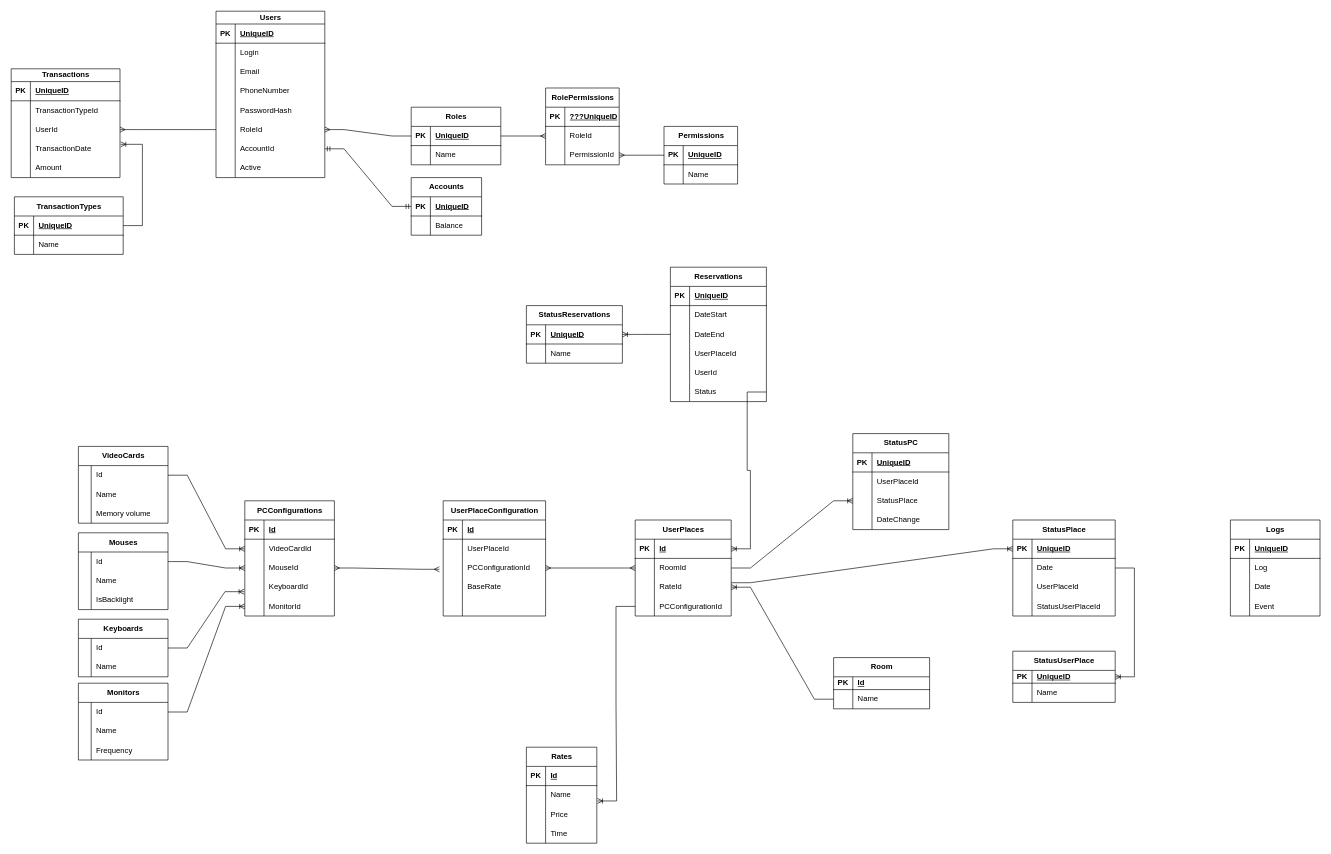
The draw.io diagram ER night-meerkats.drawio in IIeasyII/night-meerkats, before the edit. Source tidied: cells renumbered, new cells numbered last; positions are measured from the earlier drawing's top-left corner, leaving out a move shared by most shapes. Both pictures are drawn from the tidied source at 64%, with x=0, y=0 at pixel (11, 11).
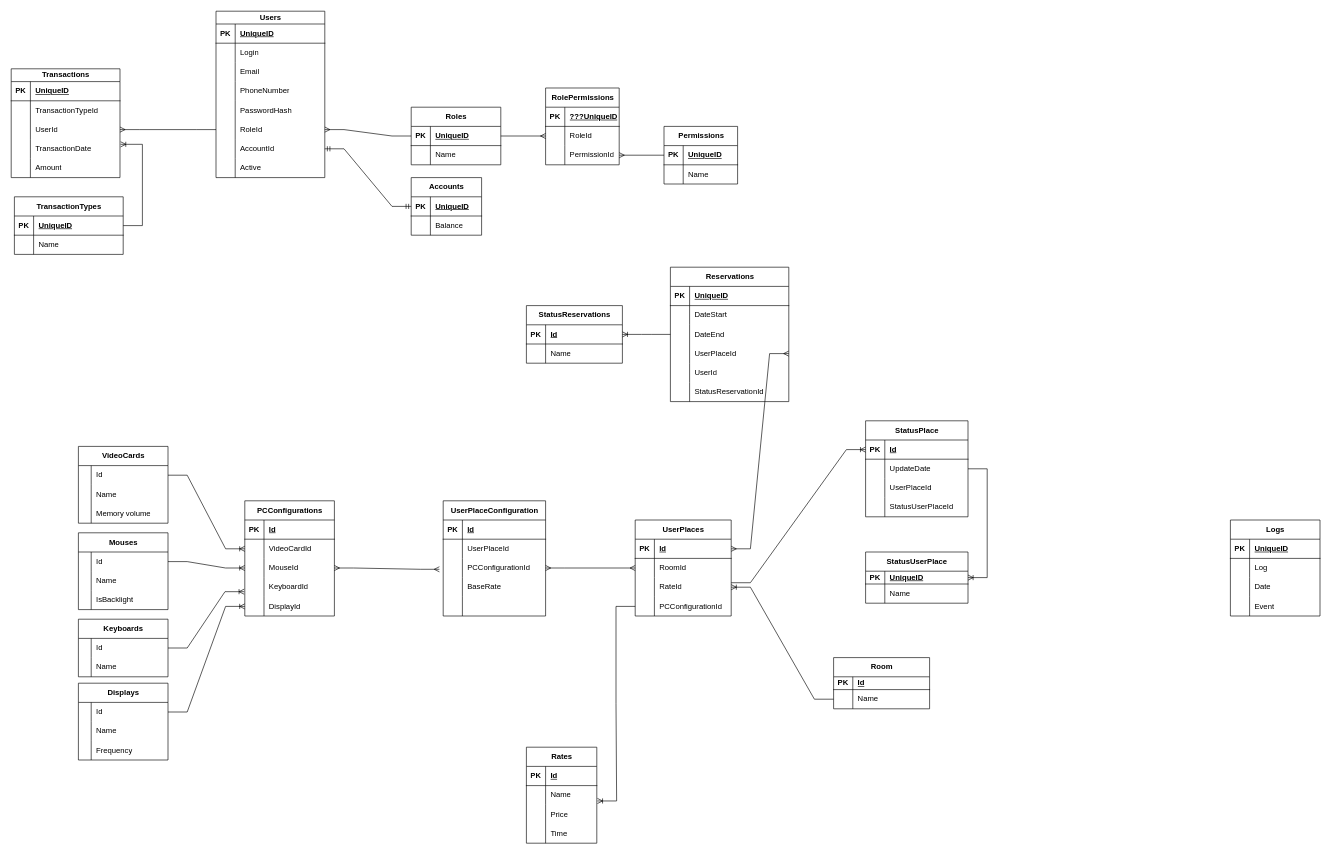
Above is the later version.

Unchanged cells that the change refers to:
```xml
<mxCell id="61" style="shape=tableRow;horizontal=0;startSize=0;swimlaneHead=0;swimlaneBody=0;fillColor=none;points=[[0,0.5],[1,0.5]];portConstraint=eastwest;top=0;left=0;right=0;bottom=0;" parent="48" vertex="1">
  <mxGeometry y="150" width="140" height="30" as="geometry" />
</mxCell>
<mxCell id="85" style="shape=tableRow;horizontal=0;startSize=0;swimlaneHead=0;swimlaneBody=0;fillColor=none;points=[[0,0.5],[1,0.5]];portConstraint=eastwest;top=0;left=0;right=0;bottom=1;" parent="84" vertex="1">
  <mxGeometry y="30" width="150" height="30" as="geometry" />
</mxCell>
<mxCell id="88" style="shape=tableRow;horizontal=0;startSize=0;swimlaneHead=0;swimlaneBody=0;fillColor=none;points=[[0,0.5],[1,0.5]];portConstraint=eastwest;top=0;left=0;right=0;bottom=0;" parent="84" vertex="1">
  <mxGeometry y="60" width="150" height="30" as="geometry" />
</mxCell>
<mxCell id="98" style="shape=tableRow;horizontal=0;startSize=0;swimlaneHead=0;swimlaneBody=0;fillColor=none;points=[[0,0.5],[1,0.5]];portConstraint=eastwest;top=0;left=0;right=0;bottom=1;" parent="97" vertex="1">
  <mxGeometry y="30" width="160" height="30" as="geometry" />
</mxCell>
<mxCell id="101" style="shape=tableRow;horizontal=0;startSize=0;swimlaneHead=0;swimlaneBody=0;fillColor=none;top=0;left=0;right=0;bottom=0;" parent="97" vertex="1">
  <mxGeometry y="60" width="160" height="30" as="geometry" />
</mxCell>
<mxCell id="163" style="shape=tableRow;horizontal=0;startSize=0;swimlaneHead=0;swimlaneBody=0;fillColor=none;top=0;left=0;right=0;bottom=1;" parent="162" vertex="1">
  <mxGeometry y="30" width="150" height="30" as="geometry" />
</mxCell>
```

Diff of the diagram source:
```diff
@@
-    <mxCell id="63" value="MonitorId" style="shape=partialRectangle;fillColor=none;top=0;left=0;bottom=0;right=0;align=left;spacingLeft=6;overflow=hidden;whiteSpace=wrap;html=1;" parent="61" vertex="1">
+    <mxCell id="63" value="DisplayId" style="shape=partialRectangle;fillColor=none;top=0;left=0;bottom=0;right=0;align=left;spacingLeft=6;overflow=hidden;whiteSpace=wrap;html=1;" parent="61" vertex="1">
       <mxGeometry x="30" width="110" height="30" as="geometry" />
     </mxCell>
@@
     <mxCell id="97" value="StatusPlace" style="shape=table;startSize=30;childLayout=tableLayout;rowLines=0;fontStyle=1;align=center;html=1;" parent="1" vertex="1">
-      <mxGeometry x="1565" y="795" width="160" height="150" as="geometry" />
+      <mxGeometry x="1335" y="640" width="160" height="150" as="geometry" />
     </mxCell>
@@
-    <mxCell id="100" value="UniqueID" style="shape=partialRectangle;fillColor=none;top=0;left=0;bottom=0;right=0;align=left;spacingLeft=6;fontStyle=5;overflow=hidden;whiteSpace=wrap;html=1;" parent="98" vertex="1">
+    <mxCell id="100" value="Id" style="shape=partialRectangle;fillColor=none;top=0;left=0;bottom=0;right=0;align=left;spacingLeft=6;fontStyle=5;overflow=hidden;whiteSpace=wrap;html=1;" parent="98" vertex="1">
       <mxGeometry x="30" width="130" height="30" as="geometry" />
     </mxCell>
@@
-    <mxCell id="103" value="Date" style="shape=partialRectangle;fillColor=none;top=0;left=0;bottom=0;right=0;align=left;spacingLeft=6;overflow=hidden;whiteSpace=wrap;html=1;" parent="101" vertex="1">
+    <mxCell id="103" value="UpdateDate" style="shape=partialRectangle;fillColor=none;top=0;left=0;bottom=0;right=0;align=left;spacingLeft=6;overflow=hidden;whiteSpace=wrap;html=1;" parent="101" vertex="1">
       <mxGeometry x="30" width="130" height="30" as="geometry" />
     </mxCell>
@@
     <mxCell id="123" value="StatusUserPlace" style="shape=table;startSize=30;childLayout=tableLayout;rowLines=0;fontStyle=1;align=center;html=1;" parent="1" vertex="1">
-      <mxGeometry x="1565" y="1000" width="160" height="80" as="geometry" />
+      <mxGeometry x="1335" y="845" width="160" height="80" as="geometry" />
     </mxCell>
@@
     <mxCell id="130" value="Reservations" style="shape=table;startSize=30;childLayout=tableLayout;rowLines=0;fontStyle=1;align=center;html=1;" parent="1" vertex="1">
-      <mxGeometry x="1030" y="400" width="150" height="210" as="geometry" />
+      <mxGeometry x="1030" y="400" width="185" height="210" as="geometry" />
     </mxCell>
     <mxCell id="131" style="shape=tableRow;horizontal=0;startSize=0;swimlaneHead=0;swimlaneBody=0;fillColor=none;top=0;left=0;right=0;bottom=1;" parent="130" vertex="1">
-      <mxGeometry y="30" width="150" height="30" as="geometry" />
+      <mxGeometry y="30" width="185" height="30" as="geometry" />
     </mxCell>
@@
     <mxCell id="133" value="UniqueID" style="shape=partialRectangle;fillColor=none;top=0;left=0;bottom=0;right=0;align=left;spacingLeft=6;fontStyle=5;overflow=hidden;whiteSpace=wrap;html=1;" parent="131" vertex="1">
-      <mxGeometry x="30" width="120" height="30" as="geometry" />
+      <mxGeometry x="30" width="155" height="30" as="geometry" />
     </mxCell>
     <mxCell id="134" style="shape=tableRow;horizontal=0;startSize=0;swimlaneHead=0;swimlaneBody=0;fillColor=none;top=0;left=0;right=0;bottom=0;" parent="130" vertex="1">
-      <mxGeometry y="60" width="150" height="30" as="geometry" />
+      <mxGeometry y="60" width="185" height="30" as="geometry" />
     </mxCell>
@@
     <mxCell id="136" value="DateStart" style="shape=partialRectangle;fillColor=none;top=0;left=0;bottom=0;right=0;align=left;spacingLeft=6;overflow=hidden;whiteSpace=wrap;html=1;" parent="134" vertex="1">
-      <mxGeometry x="30" width="120" height="30" as="geometry" />
+      <mxGeometry x="30" width="155" height="30" as="geometry" />
     </mxCell>
     <mxCell id="137" style="shape=tableRow;horizontal=0;startSize=0;swimlaneHead=0;swimlaneBody=0;fillColor=none;top=0;left=0;right=0;bottom=0;" parent="130" vertex="1">
-      <mxGeometry y="90" width="150" height="30" as="geometry" />
+      <mxGeometry y="90" width="185" height="30" as="geometry" />
     </mxCell>
@@
     <mxCell id="139" value="DateEnd" style="shape=partialRectangle;fillColor=none;top=0;left=0;bottom=0;right=0;align=left;spacingLeft=6;overflow=hidden;whiteSpace=wrap;html=1;" parent="137" vertex="1">
-      <mxGeometry x="30" width="120" height="30" as="geometry" />
+      <mxGeometry x="30" width="155" height="30" as="geometry" />
     </mxCell>
     <mxCell id="140" style="shape=tableRow;horizontal=0;startSize=0;swimlaneHead=0;swimlaneBody=0;fillColor=none;points=[[0,0.5],[1,0.5]];portConstraint=eastwest;top=0;left=0;right=0;bottom=0;" parent="130" vertex="1">
-      <mxGeometry y="120" width="150" height="30" as="geometry" />
+      <mxGeometry y="120" width="185" height="30" as="geometry" />
     </mxCell>
@@
     <mxCell id="142" value="UserPlaceId" style="shape=partialRectangle;fillColor=none;top=0;left=0;bottom=0;right=0;align=left;spacingLeft=6;overflow=hidden;whiteSpace=wrap;html=1;" parent="140" vertex="1">
-      <mxGeometry x="30" width="120" height="30" as="geometry" />
+      <mxGeometry x="30" width="155" height="30" as="geometry" />
     </mxCell>
     <mxCell id="143" style="shape=tableRow;horizontal=0;startSize=0;swimlaneHead=0;swimlaneBody=0;fillColor=none;top=0;left=0;right=0;bottom=0;" parent="130" vertex="1">
-      <mxGeometry y="150" width="150" height="30" as="geometry" />
+      <mxGeometry y="150" width="185" height="30" as="geometry" />
     </mxCell>
@@
     <mxCell id="145" value="UserId" style="shape=partialRectangle;fillColor=none;top=0;left=0;bottom=0;right=0;align=left;spacingLeft=6;overflow=hidden;whiteSpace=wrap;html=1;" parent="143" vertex="1">
-      <mxGeometry x="30" width="120" height="30" as="geometry" />
+      <mxGeometry x="30" width="155" height="30" as="geometry" />
     </mxCell>
     <mxCell id="146" style="shape=tableRow;horizontal=0;startSize=0;swimlaneHead=0;swimlaneBody=0;fillColor=none;points=[[0,0.5],[1,0.5]];portConstraint=eastwest;top=0;left=0;right=0;bottom=0;" parent="130" vertex="1">
-      <mxGeometry y="180" width="150" height="30" as="geometry" />
+      <mxGeometry y="180" width="185" height="30" as="geometry" />
     </mxCell>
@@
-    <mxCell id="148" value="Status" style="shape=partialRectangle;fillColor=none;top=0;left=0;bottom=0;right=0;align=left;spacingLeft=6;overflow=hidden;whiteSpace=wrap;html=1;" parent="146" vertex="1">
-      <mxGeometry x="30" width="120" height="30" as="geometry" />
+    <mxCell id="148" value="StatusReservationId" style="shape=partialRectangle;fillColor=none;top=0;left=0;bottom=0;right=0;align=left;spacingLeft=6;overflow=hidden;whiteSpace=wrap;html=1;" parent="146" vertex="1">
+      <mxGeometry x="30" width="155" height="30" as="geometry" />
     </mxCell>
-    <mxCell id="149" value="StatusPC" style="shape=table;startSize=30;childLayout=tableLayout;rowLines=0;fontStyle=1;align=center;html=1;" parent="1" vertex="1">
-      <mxGeometry x="1315" y="660" width="150" height="150" as="geometry" />
-    </mxCell>
-    <mxCell id="150" style="shape=tableRow;horizontal=0;startSize=0;swimlaneHead=0;swimlaneBody=0;fillColor=none;top=0;left=0;right=0;bottom=1;" parent="149" vertex="1">
-      <mxGeometry y="30" width="150" height="30" as="geometry" />
-    </mxCell>
-    <mxCell id="151" value="PK" style="shape=partialRectangle;fillColor=none;top=0;left=0;bottom=0;right=0;fontStyle=1;overflow=hidden;whiteSpace=wrap;html=1;" parent="150" vertex="1">
-      <mxGeometry width="30" height="30" as="geometry" />
-    </mxCell>
-    <mxCell id="152" value="UniqueID" style="shape=partialRectangle;fillColor=none;top=0;left=0;bottom=0;right=0;align=left;spacingLeft=6;fontStyle=5;overflow=hidden;whiteSpace=wrap;html=1;" parent="150" vertex="1">
-      <mxGeometry x="30" width="120" height="30" as="geometry" />
-    </mxCell>
-    <mxCell id="153" style="shape=tableRow;horizontal=0;startSize=0;swimlaneHead=0;swimlaneBody=0;fillColor=none;top=0;left=0;right=0;bottom=0;" parent="149" vertex="1">
-      <mxGeometry y="60" width="150" height="30" as="geometry" />
-    </mxCell>
-    <mxCell id="154" style="shape=partialRectangle;fillColor=none;top=0;left=0;bottom=0;right=0;overflow=hidden;whiteSpace=wrap;html=1;" parent="153" vertex="1">
-      <mxGeometry width="30" height="30" as="geometry" />
-    </mxCell>
-    <mxCell id="155" value="UserPlaceId" style="shape=partialRectangle;fillColor=none;top=0;left=0;bottom=0;right=0;align=left;spacingLeft=6;overflow=hidden;whiteSpace=wrap;html=1;" parent="153" vertex="1">
-      <mxGeometry x="30" width="120" height="30" as="geometry" />
-    </mxCell>
-    <mxCell id="156" style="shape=tableRow;horizontal=0;startSize=0;swimlaneHead=0;swimlaneBody=0;fillColor=none;points=[[0,0.5],[1,0.5]];portConstraint=eastwest;top=0;left=0;right=0;bottom=0;" parent="149" vertex="1">
-      <mxGeometry y="90" width="150" height="30" as="geometry" />
-    </mxCell>
-    <mxCell id="157" style="shape=partialRectangle;fillColor=none;top=0;left=0;bottom=0;right=0;overflow=hidden;whiteSpace=wrap;html=1;" parent="156" vertex="1">
-      <mxGeometry width="30" height="30" as="geometry" />
-    </mxCell>
-    <mxCell id="158" value="StatusPlace" style="shape=partialRectangle;fillColor=none;top=0;left=0;bottom=0;right=0;align=left;spacingLeft=6;overflow=hidden;whiteSpace=wrap;html=1;" parent="156" vertex="1">
-      <mxGeometry x="30" width="120" height="30" as="geometry" />
-    </mxCell>
-    <mxCell id="159" style="shape=tableRow;horizontal=0;startSize=0;swimlaneHead=0;swimlaneBody=0;fillColor=none;top=0;left=0;right=0;bottom=0;" parent="149" vertex="1">
-      <mxGeometry y="120" width="150" height="30" as="geometry" />
-    </mxCell>
-    <mxCell id="160" style="shape=partialRectangle;fillColor=none;top=0;left=0;bottom=0;right=0;overflow=hidden;whiteSpace=wrap;html=1;" parent="159" vertex="1">
-      <mxGeometry width="30" height="30" as="geometry" />
-    </mxCell>
-    <mxCell id="161" value="DateChange" style="shape=partialRectangle;fillColor=none;top=0;left=0;bottom=0;right=0;align=left;spacingLeft=6;overflow=hidden;whiteSpace=wrap;html=1;" parent="159" vertex="1">
-      <mxGeometry x="30" width="120" height="30" as="geometry" />
-    </mxCell>
@@
-    <mxCell id="165" value="UniqueID" style="shape=partialRectangle;fillColor=none;top=0;left=0;bottom=0;right=0;align=left;spacingLeft=6;fontStyle=5;overflow=hidden;whiteSpace=wrap;html=1;" parent="163" vertex="1">
+    <mxCell id="165" value="Id" style="shape=partialRectangle;fillColor=none;top=0;left=0;bottom=0;right=0;align=left;spacingLeft=6;fontStyle=5;overflow=hidden;whiteSpace=wrap;html=1;" parent="163" vertex="1">
       <mxGeometry x="30" width="120" height="30" as="geometry" />
     </mxCell>
@@
-    <mxCell id="180" style="edgeStyle=entityRelationEdgeStyle;fontSize=12;html=1;endArrow=ERoneToMany;jumpStyle=sharp;jumpSize=20;rounded=0;exitX=1;exitY=0.5;exitDx=0;exitDy=0;" parent="1" edge="1" source="88" target="156">
-      <mxGeometry relative="1" as="geometry">
-        <Array as="points">
-          <mxPoint x="1325" y="890" />
-          <mxPoint x="1305" y="800" />
-          <mxPoint x="1416.5" y="815" />
-          <mxPoint x="1435" y="955" />
-          <mxPoint x="1406.5" y="935" />
-          <mxPoint x="1435" y="985" />
-          <mxPoint x="1355" y="955" />
-          <mxPoint x="1365" y="1005" />
-        </Array>
-      </mxGeometry>
-    </mxCell>
@@
-    <mxCell id="184" style="edgeStyle=entityRelationEdgeStyle;fontSize=12;html=1;endArrow=ERoneToMany;rounded=0;exitX=1;exitY=0.5;exitDx=0;exitDy=0;" parent="1" edge="1" source="146" target="85">
-      <mxGeometry relative="1" as="geometry" />
-    </mxCell>
@@
-    <mxCell id="228" value="Monitors" style="shape=table;startSize=30;childLayout=tableLayout;rowLines=0;fontStyle=1;align=center;html=1;" parent="1" vertex="1">
+    <mxCell id="228" value="Displays" style="shape=table;startSize=30;childLayout=tableLayout;rowLines=0;fontStyle=1;align=center;html=1;" parent="1" vertex="1">
       <mxGeometry x="105" y="1050" width="140" height="120" as="geometry" />
     </mxCell>
@@
+    <mxCell id="274" style="edgeStyle=entityRelationEdgeStyle;fontSize=12;html=1;endArrow=ERmany;startArrow=ERmany;rounded=0;exitX=1;exitY=0.5;exitDx=0;exitDy=0;entryX=1;entryY=0.5;entryDx=0;entryDy=0;" parent="1" edge="1" source="85" target="140">
+      <mxGeometry relative="1" as="geometry" />
+    </mxCell>
```
